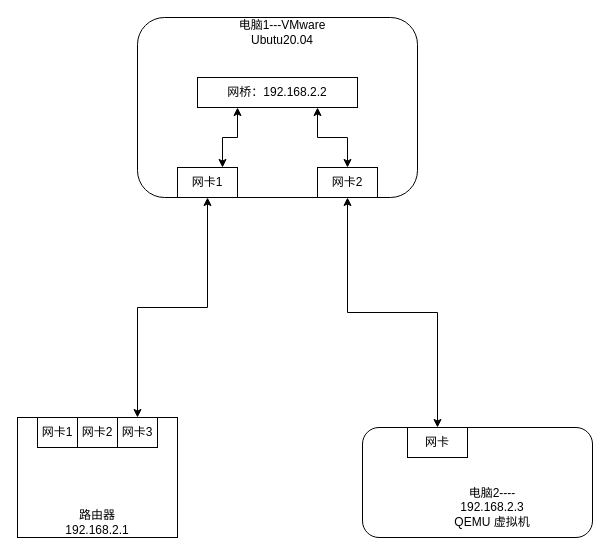
Before: 网桥图.drawio in wangruo/draw, a draw.io diagram. Source tidied: cells renumbered, new cells numbered last; positions are measured from the earlier drawing's top-left corner, leaving out a move shared by most shapes. Both pictures are drawn from the tidied source at 100%, with x=0, y=0 at pixel (17, 17).
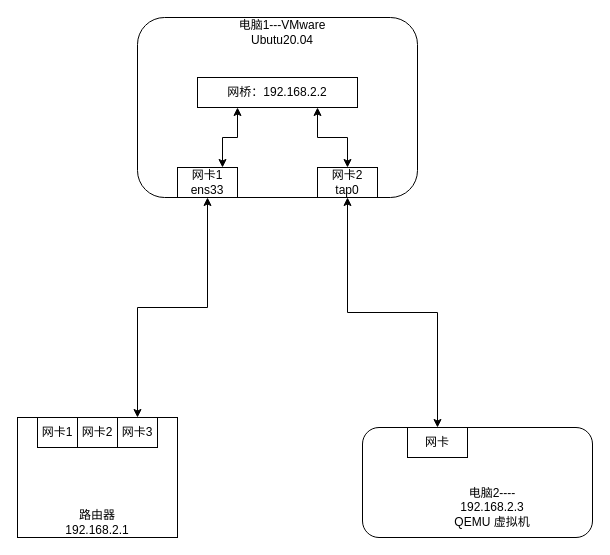
The same diagram, later.

Diff of the diagram source:
```diff
@@
 <mxGraphModel>
   <root>
     <mxCell id="0" />
     <mxCell id="1" parent="0" />
     <mxCell id="2" style="rounded=1;whiteSpace=wrap;html=1;" parent="1" vertex="1">
       <mxGeometry x="120" width="280" height="180" as="geometry" />
     </mxCell>
     <mxCell id="3" style="rounded=1;whiteSpace=wrap;html=1;" parent="1" vertex="1">
       <mxGeometry x="345" y="410" width="230" height="110" as="geometry" />
     </mxCell>
     <mxCell id="4" value="网卡" style="rounded=0;whiteSpace=wrap;html=1;" parent="1" vertex="1">
       <mxGeometry x="390" y="410" width="60" height="30" as="geometry" />
     </mxCell>
     <mxCell id="5" style="edgeStyle=orthogonalEdgeStyle;rounded=0;jettySize=auto;html=1;exitX=0.5;exitY=1;exitDx=0;exitDy=0;entryX=0.5;entryY=0;entryDx=0;entryDy=0;startArrow=classic;startFill=1;" parent="1" edge="1" source="6" target="4">
       <mxGeometry relative="1" as="geometry" />
     </mxCell>
-    <mxCell id="6" value="网卡2" style="rounded=0;whiteSpace=wrap;html=1;" parent="1" vertex="1">
+    <mxCell id="6" value="网卡2&lt;br&gt;tap0" style="rounded=0;whiteSpace=wrap;html=1;" parent="1" vertex="1">
       <mxGeometry x="300" y="150" width="60" height="30" as="geometry" />
     </mxCell>
     <mxCell id="7" style="edgeStyle=orthogonalEdgeStyle;rounded=0;jettySize=auto;html=1;exitX=0.5;exitY=1;exitDx=0;exitDy=0;entryX=0.5;entryY=0;entryDx=0;entryDy=0;startArrow=classic;startFill=1;" parent="1" edge="1" source="8" target="12">
       <mxGeometry relative="1" as="geometry" />
     </mxCell>
-    <mxCell id="8" value="网卡1" style="rounded=0;whiteSpace=wrap;html=1;" parent="1" vertex="1">
+    <mxCell id="8" value="网卡1 ens33" style="rounded=0;whiteSpace=wrap;html=1;" parent="1" vertex="1">
       <mxGeometry x="160" y="150" width="60" height="30" as="geometry" />
     </mxCell>
     <mxCell id="9" style="rounded=0;whiteSpace=wrap;html=1;" parent="1" vertex="1">
       <mxGeometry y="400" width="160" height="120" as="geometry" />
     </mxCell>
     <mxCell id="10" value="网卡1" style="rounded=0;whiteSpace=wrap;html=1;" parent="1" vertex="1">
       <mxGeometry x="20" y="400" width="40" height="30" as="geometry" />
     </mxCell>
     <mxCell id="11" value="网卡2" style="rounded=0;whiteSpace=wrap;html=1;" parent="1" vertex="1">
       <mxGeometry x="60" y="400" width="40" height="30" as="geometry" />
     </mxCell>
     <mxCell id="12" value="网卡3" style="rounded=0;whiteSpace=wrap;html=1;" parent="1" vertex="1">
       <mxGeometry x="100" y="400" width="40" height="30" as="geometry" />
     </mxCell>
     <mxCell id="13" style="edgeStyle=orthogonalEdgeStyle;rounded=0;jettySize=auto;html=1;exitX=0.25;exitY=1;exitDx=0;exitDy=0;entryX=0.75;entryY=0;entryDx=0;entryDy=0;startArrow=classic;startFill=1;" parent="1" edge="1" source="15" target="8">
       <mxGeometry relative="1" as="geometry" />
     </mxCell>
     <mxCell id="14" style="edgeStyle=orthogonalEdgeStyle;rounded=0;jettySize=auto;html=1;exitX=0.75;exitY=1;exitDx=0;exitDy=0;entryX=0.5;entryY=0;entryDx=0;entryDy=0;startArrow=classic;startFill=1;" parent="1" edge="1" source="15" target="6">
       <mxGeometry relative="1" as="geometry" />
     </mxCell>
     <mxCell id="15" value="网桥：192.168.2.2" style="rounded=0;whiteSpace=wrap;html=1;" parent="1" vertex="1">
       <mxGeometry x="180" y="60" width="160" height="30" as="geometry" />
     </mxCell>
     <mxCell id="16" value="路由器&lt;br&gt;192.168.2.1" style="text;html=1;strokeColor=none;fillColor=none;align=center;verticalAlign=middle;whiteSpace=wrap;rounded=0;" parent="1" vertex="1">
       <mxGeometry x="50" y="490" width="60" height="30" as="geometry" />
     </mxCell>
     <mxCell id="17" value="电脑1---VMware Ubutu20.04" style="text;html=1;strokeColor=none;fillColor=none;align=center;verticalAlign=middle;whiteSpace=wrap;rounded=0;" parent="1" vertex="1">
       <mxGeometry x="210" width="110" height="30" as="geometry" />
     </mxCell>
     <mxCell id="18" value="电脑2----&lt;br&gt;192.168.2.3&lt;br&gt;QEMU 虚拟机" style="text;html=1;strokeColor=none;fillColor=none;align=center;verticalAlign=middle;whiteSpace=wrap;rounded=0;" parent="1" vertex="1">
       <mxGeometry x="420" y="470" width="110" height="40" as="geometry" />
     </mxCell>
   </root>
 </mxGraphModel>
```
